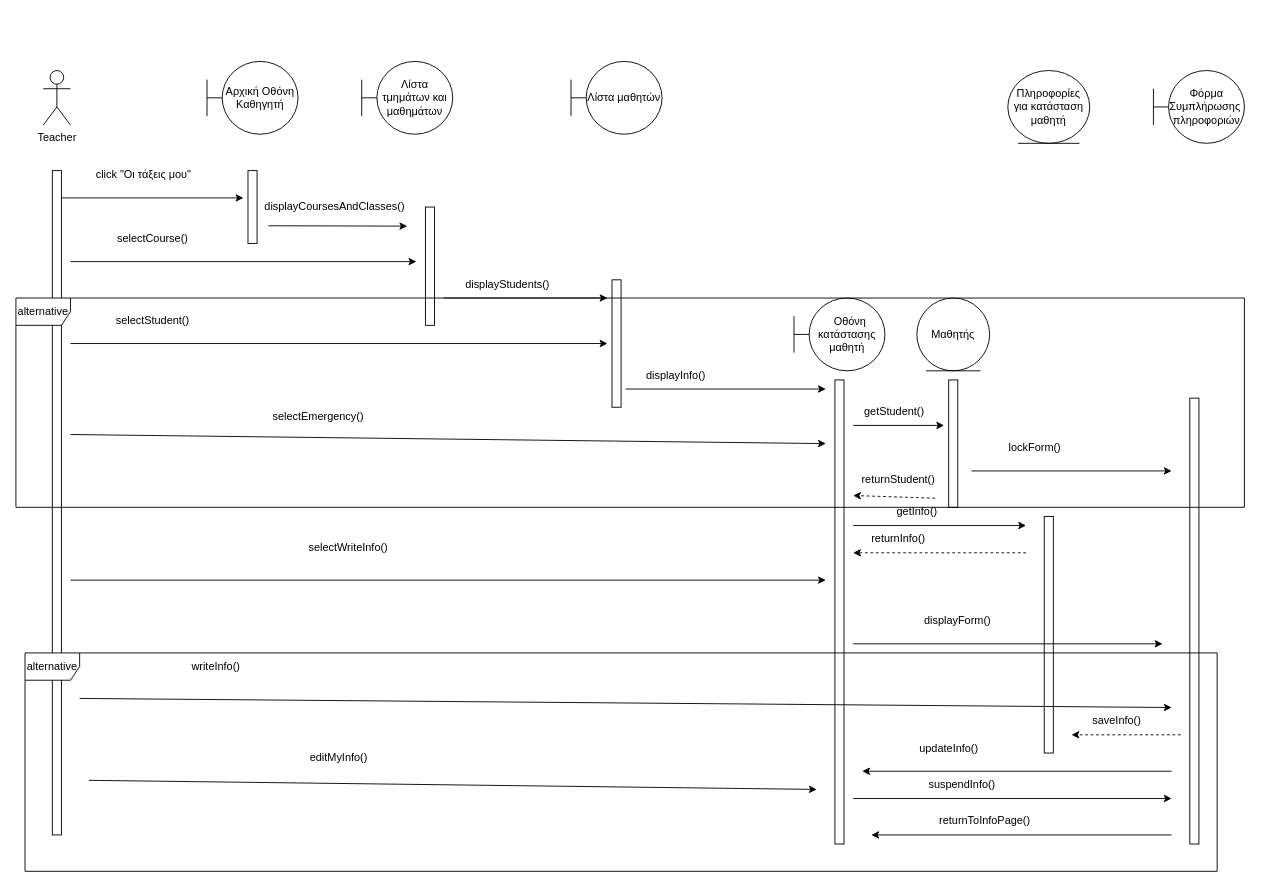
Above: Παραδοτέο4/sequenceTeacher2.drawio in m1kemp/School-Hero (draw.io), before the change. Source tidied: cells renumbered, new cells numbered last; positions are measured from the earlier drawing's top-left corner, leaving out a move shared by most shapes. Both pictures are drawn from the tidied source at 91%, with x=0, y=0 at pixel (15, 61).
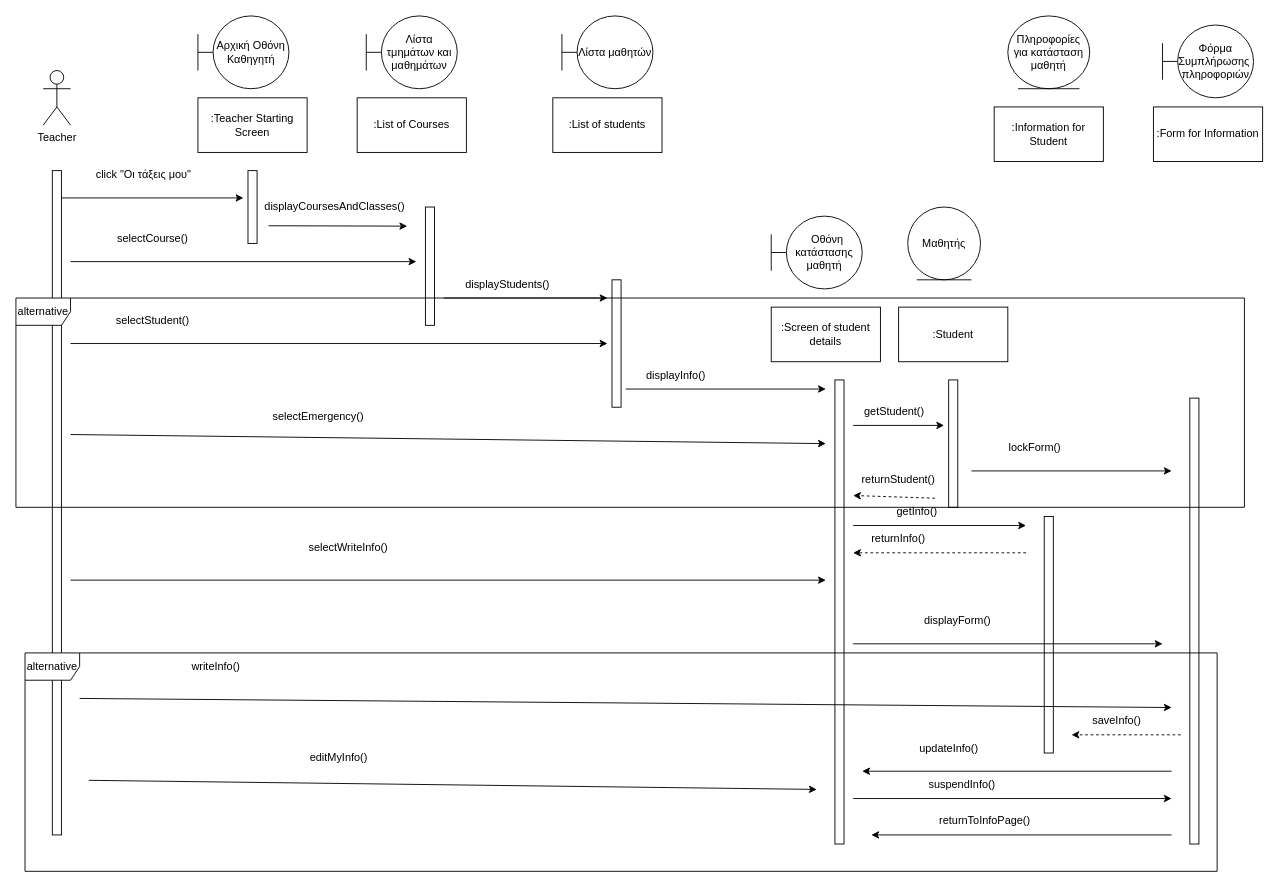
The same page after the edit.

What changed in the source:
```diff
@@
     <mxCell id="2" value="Αρχική Οθόνη Καθηγητή" style="shape=umlBoundary;whiteSpace=wrap;html=1;" parent="1" vertex="1">
-      <mxGeometry x="210" width="100" height="80" as="geometry" />
+      <mxGeometry x="200" y="-50" width="100" height="80" as="geometry" />
     </mxCell>
     <mxCell id="3" value="Λίστα τμημάτων και μαθημάτων" style="shape=umlBoundary;whiteSpace=wrap;html=1;" parent="1" vertex="1">
-      <mxGeometry x="380" width="100" height="80" as="geometry" />
+      <mxGeometry x="385" y="-50" width="100" height="80" as="geometry" />
     </mxCell>
     <mxCell id="4" value="Λίστα μαθητών" style="shape=umlBoundary;whiteSpace=wrap;html=1;" parent="1" vertex="1">
-      <mxGeometry x="610" width="100" height="80" as="geometry" />
+      <mxGeometry x="600" y="-50" width="100" height="80" as="geometry" />
     </mxCell>
@@
     <mxCell id="6" value="Πληροφορίες για κατάσταση μαθητή" style="ellipse;shape=umlEntity;whiteSpace=wrap;html=1;" parent="1" vertex="1">
-      <mxGeometry x="1090" y="10" width="90" height="80" as="geometry" />
+      <mxGeometry x="1090" y="-50" width="90" height="80" as="geometry" />
     </mxCell>
     <mxCell id="7" value="Φόρμα Συμπλήρωσης&amp;nbsp;&lt;br&gt;πληροφοριών" style="shape=umlBoundary;whiteSpace=wrap;html=1;" parent="1" vertex="1">
-      <mxGeometry x="1250" y="10" width="100" height="80" as="geometry" />
+      <mxGeometry x="1260" y="-40" width="100" height="80" as="geometry" />
     </mxCell>
@@
     <mxCell id="26" value="&amp;nbsp; Οθόνη κατάστασης μαθητή" style="shape=umlBoundary;whiteSpace=wrap;html=1;" parent="1" vertex="1">
-      <mxGeometry x="855" y="260" width="100" height="80" as="geometry" />
+      <mxGeometry x="830" y="170" width="100" height="80" as="geometry" />
     </mxCell>
     <mxCell id="27" value="Mαθητής" style="ellipse;shape=umlEntity;whiteSpace=wrap;html=1;" parent="1" vertex="1">
-      <mxGeometry x="990" y="260" width="80" height="80" as="geometry" />
+      <mxGeometry x="980" y="160" width="80" height="80" as="geometry" />
     </mxCell>
@@
+    <mxCell id="60" value=":Teacher Starting Screen" style="rounded=0;whiteSpace=wrap;html=1;" parent="1" vertex="1">
+      <mxGeometry x="200" y="40" width="120" height="60" as="geometry" />
+    </mxCell>
+    <mxCell id="61" value=":List of Courses" style="rounded=0;whiteSpace=wrap;html=1;" parent="1" vertex="1">
+      <mxGeometry x="375" y="40" width="120" height="60" as="geometry" />
+    </mxCell>
+    <mxCell id="62" value=":List of students" style="rounded=0;whiteSpace=wrap;html=1;" parent="1" vertex="1">
+      <mxGeometry x="590" y="40" width="120" height="60" as="geometry" />
+    </mxCell>
+    <mxCell id="63" value=":Screen of student details" style="rounded=0;whiteSpace=wrap;html=1;" parent="1" vertex="1">
+      <mxGeometry x="830" y="270" width="120" height="60" as="geometry" />
+    </mxCell>
+    <mxCell id="64" value=":Student" style="rounded=0;whiteSpace=wrap;html=1;" parent="1" vertex="1">
+      <mxGeometry x="970" y="270" width="120" height="60" as="geometry" />
+    </mxCell>
+    <mxCell id="65" value=":Information for Student" style="rounded=0;whiteSpace=wrap;html=1;" parent="1" vertex="1">
+      <mxGeometry x="1075" y="50" width="120" height="60" as="geometry" />
+    </mxCell>
+    <mxCell id="66" value=":Form for Information" style="rounded=0;whiteSpace=wrap;html=1;" parent="1" vertex="1">
+      <mxGeometry x="1250" y="50" width="120" height="60" as="geometry" />
+    </mxCell>
```
